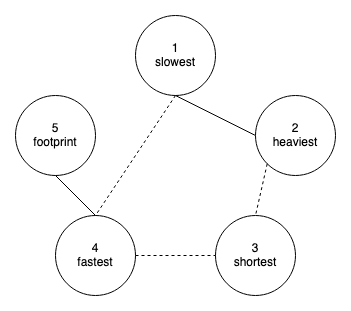
Above: exercises/images/csp-pokemon-solution.png in robOcity/ai-course (draw.io), before the change. Source tidied: cells renumbered, new cells last; positions are measured from the earlier drawing's top-left corner, leaving out a move shared by most shapes.
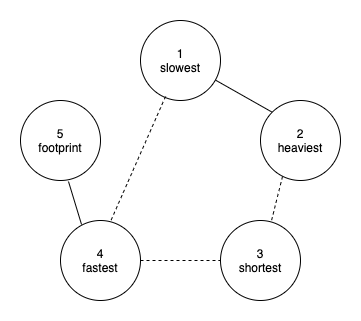
Later version of the same file.

Commit message:
adding solution to pokemon exercise

The edit, as a diff of the source:
```diff
@@ -2,7 +2,7 @@
   <root>
     <mxCell id="0" />
     <mxCell id="1" parent="0" />
-    <mxCell id="2" style="rounded=0;jettySize=auto;html=1;exitX=0.5;exitY=1;exitDx=0;exitDy=0;entryX=0;entryY=0.5;entryDx=0;entryDy=0;endArrow=none;endFill=0;" parent="1" edge="1" source="3" target="4">
+    <mxCell id="2" style="rounded=0;jettySize=auto;html=1;exitX=0.925;exitY=0.738;exitDx=0;exitDy=0;entryX=0;entryY=0;entryDx=0;entryDy=0;endArrow=none;endFill=0;exitPerimeter=0;" parent="1" edge="1" source="3" target="4">
       <mxGeometry relative="1" as="geometry" />
     </mxCell>
     <mxCell id="3" value="&lt;div&gt;1&lt;/div&gt;&lt;div&gt;slowest&lt;br&gt;&lt;/div&gt;" style="ellipse;whiteSpace=wrap;html=1;" parent="1" vertex="1">
@@ -23,17 +23,13 @@
     <mxCell id="8" style="rounded=0;jettySize=auto;html=1;exitX=1;exitY=0.5;exitDx=0;exitDy=0;entryX=0;entryY=0.5;entryDx=0;entryDy=0;endArrow=none;endFill=0;dashed=1;" parent="1" edge="1" source="6" target="5">
       <mxGeometry relative="1" as="geometry" />
     </mxCell>
-    <mxCell id="9" style="rounded=0;jettySize=auto;html=1;exitX=1;exitY=1;exitDx=0;exitDy=0;entryX=0.5;entryY=0;entryDx=0;entryDy=0;endArrow=none;endFill=0;" parent="1" edge="1" target="6">
-      <mxGeometry relative="1" as="geometry">
-        <mxPoint x="40" y="160" as="sourcePoint" />
-      </mxGeometry>
+    <mxCell id="9" style="rounded=0;jettySize=auto;html=1;exitX=0.6;exitY=1.013;exitDx=0;exitDy=0;entryX=0.263;entryY=0.05;entryDx=0;entryDy=0;endArrow=none;endFill=0;entryPerimeter=0;exitPerimeter=0;" parent="1" edge="1" source="7" target="6">
+      <mxGeometry relative="1" as="geometry" />
     </mxCell>
-    <mxCell id="10" style="rounded=0;jettySize=auto;html=1;exitX=0.5;exitY=1;exitDx=0;exitDy=0;endArrow=none;endFill=0;dashed=1;" parent="1" edge="1" source="3">
-      <mxGeometry relative="1" as="geometry">
-        <mxPoint x="80" y="200" as="targetPoint" />
-      </mxGeometry>
+    <mxCell id="10" style="rounded=0;jettySize=auto;html=1;exitX=0.313;exitY=0.95;exitDx=0;exitDy=0;endArrow=none;endFill=0;dashed=1;entryX=0.625;entryY=0.013;entryDx=0;entryDy=0;entryPerimeter=0;exitPerimeter=0;" parent="1" edge="1" source="3" target="6">
+      <mxGeometry relative="1" as="geometry" />
     </mxCell>
-    <mxCell id="11" style="rounded=0;jettySize=auto;html=1;exitX=0;exitY=1;exitDx=0;exitDy=0;entryX=0.5;entryY=0;entryDx=0;entryDy=0;endArrow=none;endFill=0;dashed=1;" parent="1" edge="1" source="4" target="5">
+    <mxCell id="11" style="rounded=0;jettySize=auto;html=1;exitX=0.275;exitY=0.95;exitDx=0;exitDy=0;endArrow=none;endFill=0;dashed=1;exitPerimeter=0;entryX=0.638;entryY=0;entryDx=0;entryDy=0;entryPerimeter=0;" parent="1" edge="1" source="4" target="5">
       <mxGeometry relative="1" as="geometry" />
     </mxCell>
   </root>
```
